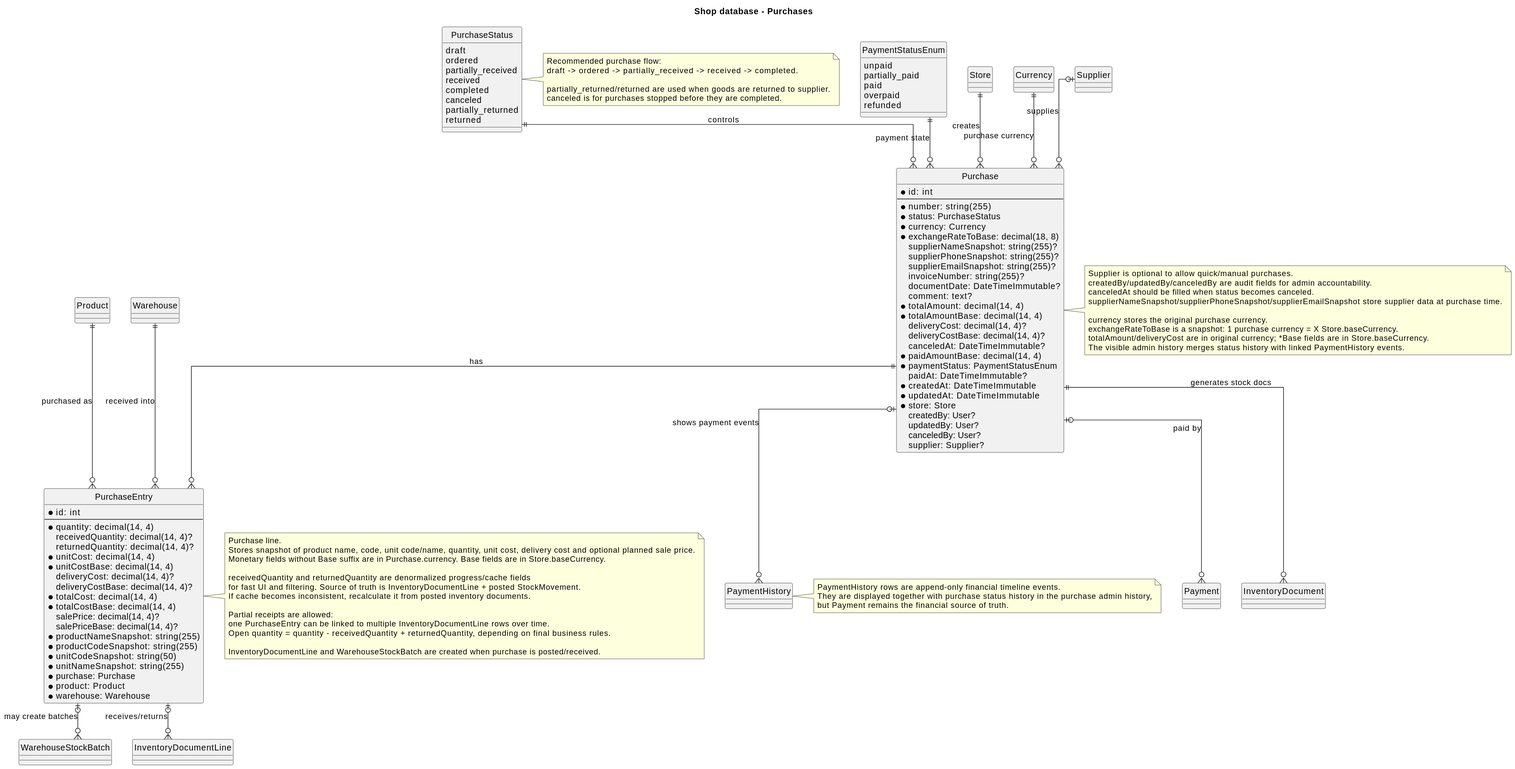
Tolik1794/shop keeps this PlantUML diagram as src/Uml/database/06_Purchases.svg. Above is the earlier version.
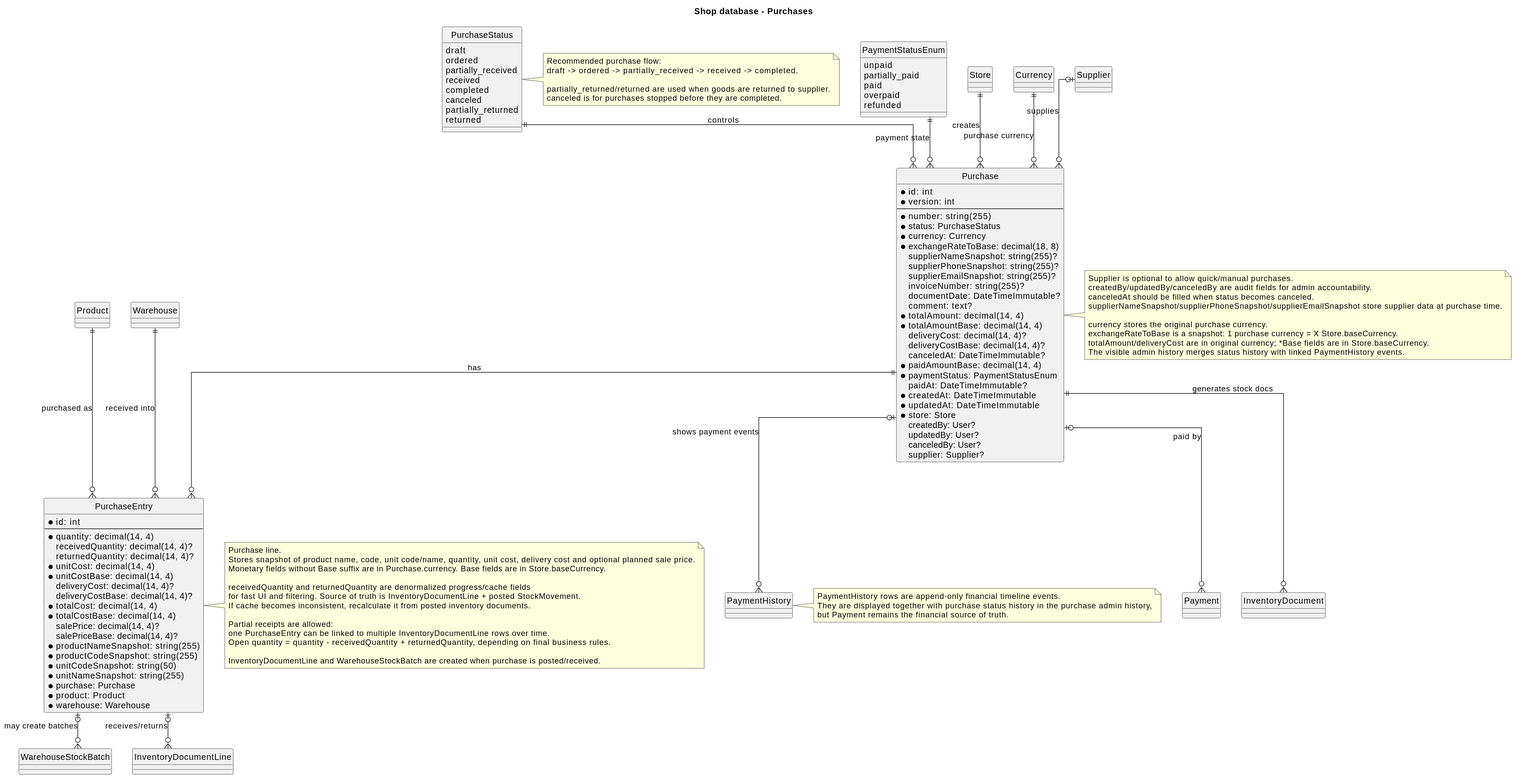
After the change.

What changed in the source:
```diff
@@ -24,6 +24,7 @@
 
 entity Purchase {
     * id: int
+    * version: int
     --
     * number: string(255)
     * status: PurchaseStatus
```
